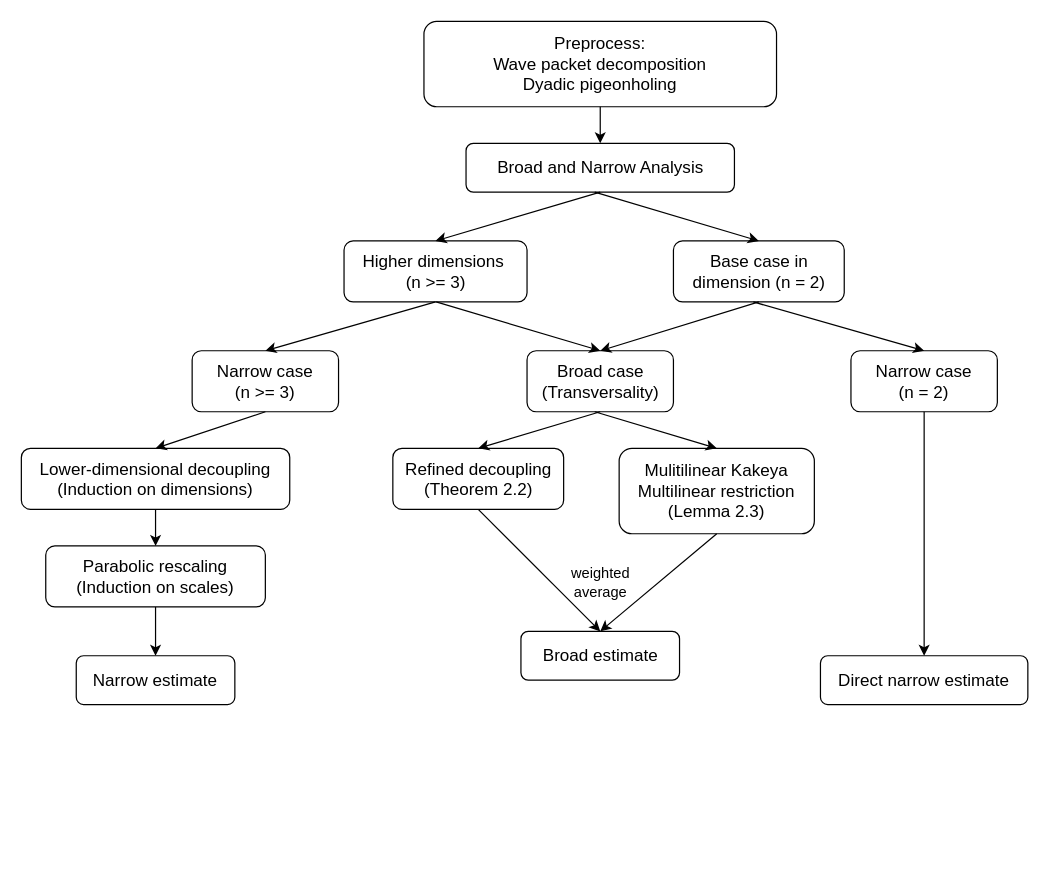
The draw.io diagram Untitled Diagram.drawio in lucid-sleepwalker/CPSC-210-Diagram, before the edit. Source tidied: cells renumbered, new cells numbered last; positions are measured from the earlier drawing's top-left corner, leaving out a move shared by most shapes. Both pictures are drawn from the tidied source at 122%, with x=0, y=0 at pixel (21, 21).
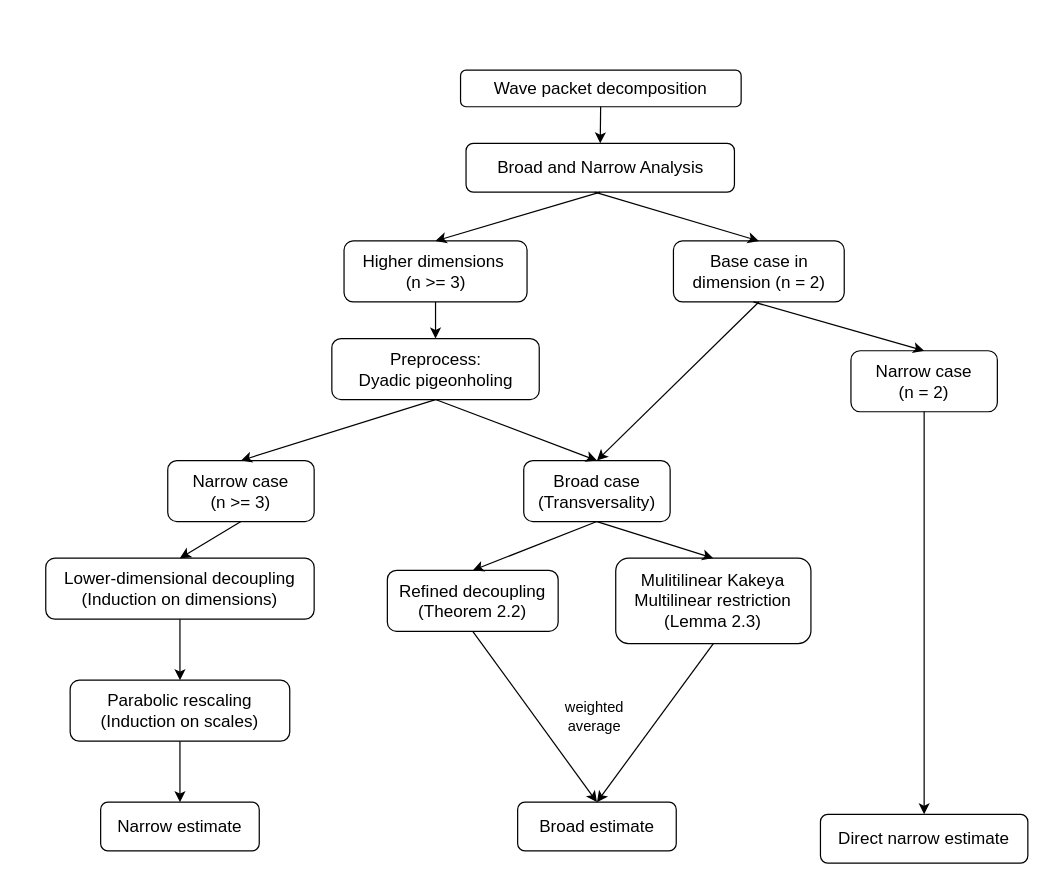
The same diagram, later.

The change refers to these unchanged cells:
```xml
<mxCell id="6" value="&lt;font style=&quot;font-size: 14px;&quot;&gt;Higher dimensions&amp;nbsp;&lt;/font&gt;&lt;div&gt;&lt;font style=&quot;font-size: 14px;&quot;&gt;(n &amp;gt;= 3)&lt;/font&gt;&lt;/div&gt;" style="rounded=1;whiteSpace=wrap;html=1;" parent="1" vertex="1">
  <mxGeometry x="264.5" y="180" width="150" height="50" as="geometry" />
</mxCell>
```

Change to the diagram source:
```diff
@@
-    <mxCell id="2" value="&lt;font style=&quot;font-size: 14px;&quot;&gt;Preprocess:&lt;/font&gt;&lt;div&gt;&lt;font style=&quot;font-size: 14px;&quot;&gt;Wave packet decomposition&lt;/font&gt;&lt;/div&gt;&lt;div&gt;&lt;font style=&quot;font-size: 14px;&quot;&gt;Dyadic pigeonholing&lt;/font&gt;&lt;/div&gt;" style="rounded=1;whiteSpace=wrap;html=1;" parent="1" vertex="1">
-      <mxGeometry x="330" width="289" height="70" as="geometry" />
+    <mxCell id="2" value="&lt;div&gt;&lt;font style=&quot;font-size: 14px;&quot;&gt;Wave packet decomposition&lt;/font&gt;&lt;/div&gt;" style="rounded=1;whiteSpace=wrap;html=1;" parent="1" vertex="1">
+      <mxGeometry x="360" y="40" width="230" height="30" as="geometry" />
     </mxCell>
@@
+    <mxCell id="32" style="edgeStyle=orthogonalEdgeStyle;rounded=0;jettySize=auto;html=1;exitX=0.5;exitY=1;exitDx=0;exitDy=0;entryX=0.5;entryY=0;entryDx=0;entryDy=0;" parent="1" edge="1" source="6" target="33">
+      <mxGeometry relative="1" as="geometry" />
+    </mxCell>
@@
     <mxCell id="7" value="&lt;font style=&quot;font-size: 14px;&quot;&gt;Broad case&lt;/font&gt;&lt;div&gt;&lt;font style=&quot;font-size: 14px;&quot;&gt;(Transversality)&lt;/font&gt;&lt;/div&gt;" style="rounded=1;whiteSpace=wrap;html=1;" parent="1" vertex="1">
-      <mxGeometry x="414.5" y="270" width="120" height="50" as="geometry" />
+      <mxGeometry x="411.8" y="360" width="120" height="50" as="geometry" />
     </mxCell>
     <mxCell id="8" value="&lt;font style=&quot;font-size: 14px;&quot;&gt;Narrow case&lt;/font&gt;&lt;div&gt;&lt;font style=&quot;font-size: 14px;&quot;&gt;(n &amp;gt;= 3)&lt;/font&gt;&lt;/div&gt;" style="rounded=1;whiteSpace=wrap;html=1;" parent="1" vertex="1">
-      <mxGeometry x="140" y="270" width="120" height="50" as="geometry" />
+      <mxGeometry x="120" y="360" width="120" height="50" as="geometry" />
     </mxCell>
@@
-    <mxCell id="12" style="endArrow=classic;html=1;rounded=0;entryX=0.5;entryY=0;entryDx=0;entryDy=0;" parent="1" edge="1" target="7">
-      <mxGeometry relative="1" as="geometry">
-        <mxPoint x="340" y="230" as="sourcePoint" />
-      </mxGeometry>
+    <mxCell id="12" style="endArrow=classic;html=1;rounded=0;entryX=0.5;entryY=0;entryDx=0;entryDy=0;exitX=0.5;exitY=1;exitDx=0;exitDy=0;" parent="1" edge="1" source="33" target="7">
+      <mxGeometry relative="1" as="geometry" />
     </mxCell>
@@
-    <mxCell id="14" style="endArrow=classic;html=1;rounded=0;exitX=0.5;exitY=1;exitDx=0;exitDy=0;entryX=0.5;entryY=0;entryDx=0;entryDy=0;" parent="1" edge="1" source="6" target="8">
+    <mxCell id="14" style="endArrow=classic;html=1;rounded=0;exitX=0.5;exitY=1;exitDx=0;exitDy=0;entryX=0.5;entryY=0;entryDx=0;entryDy=0;" parent="1" edge="1" source="33" target="8">
       <mxGeometry relative="1" as="geometry" />
     </mxCell>
@@
     <mxCell id="16" value="&lt;font style=&quot;font-size: 14px;&quot;&gt;Mulitilinear Kakeya&lt;/font&gt;&lt;div&gt;&lt;font style=&quot;font-size: 14px;&quot;&gt;Multilinear restriction&lt;/font&gt;&lt;/div&gt;&lt;div&gt;&lt;font style=&quot;font-size: 14px;&quot;&gt;(Lemma 2.3)&lt;/font&gt;&lt;/div&gt;" style="rounded=1;whiteSpace=wrap;html=1;" parent="1" vertex="1">
-      <mxGeometry x="490" y="350" width="160" height="70" as="geometry" />
+      <mxGeometry x="487.2" y="440" width="160" height="70" as="geometry" />
     </mxCell>
     <mxCell id="17" value="&lt;font style=&quot;font-size: 14px;&quot;&gt;Refined decoupling&lt;/font&gt;&lt;div&gt;&lt;font style=&quot;font-size: 14px;&quot;&gt;(Theorem 2.2)&lt;/font&gt;&lt;/div&gt;" style="rounded=1;whiteSpace=wrap;html=1;" parent="1" vertex="1">
-      <mxGeometry x="304.5" y="350" width="140" height="50" as="geometry" />
+      <mxGeometry x="300" y="450" width="140" height="50" as="geometry" />
     </mxCell>
     <mxCell id="18" value="&lt;font style=&quot;font-size: 14px;&quot;&gt;Lower-dimensional decoupling&lt;/font&gt;&lt;div&gt;&lt;font style=&quot;font-size: 14px;&quot;&gt;(Induction on dimensions)&lt;/font&gt;&lt;/div&gt;" style="rounded=1;whiteSpace=wrap;html=1;" parent="1" vertex="1">
-      <mxGeometry y="350" width="220" height="50" as="geometry" />
+      <mxGeometry x="20" y="440" width="220" height="50" as="geometry" />
     </mxCell>
     <mxCell id="19" value="&lt;font style=&quot;font-size: 14px;&quot;&gt;Parabolic rescaling&lt;/font&gt;&lt;div&gt;&lt;font style=&quot;font-size: 14px;&quot;&gt;(Induction on scales)&lt;/font&gt;&lt;/div&gt;" style="rounded=1;whiteSpace=wrap;html=1;" parent="1" vertex="1">
-      <mxGeometry x="20" y="430" width="180" height="50" as="geometry" />
+      <mxGeometry x="40" y="540" width="180" height="50" as="geometry" />
     </mxCell>
     <mxCell id="20" value="&lt;font style=&quot;font-size: 14px;&quot;&gt;Direct narrow estimate&lt;/font&gt;" style="rounded=1;whiteSpace=wrap;html=1;" parent="1" vertex="1">
-      <mxGeometry x="655" y="520" width="170" height="40" as="geometry" />
+      <mxGeometry x="655" y="650" width="170" height="40" as="geometry" />
     </mxCell>
@@
-    <mxCell id="24" style="endArrow=classic;html=1;rounded=0;entryX=0.5;entryY=0;entryDx=0;entryDy=0;" parent="1" edge="1" target="16">
-      <mxGeometry relative="1" as="geometry">
-        <mxPoint x="470" y="320" as="sourcePoint" />
-      </mxGeometry>
+    <mxCell id="24" style="endArrow=classic;html=1;rounded=0;entryX=0.5;entryY=0;entryDx=0;entryDy=0;exitX=0.5;exitY=1;exitDx=0;exitDy=0;" parent="1" edge="1" source="7" target="16">
+      <mxGeometry relative="1" as="geometry" />
     </mxCell>
     <mxCell id="25" value="&lt;font style=&quot;font-size: 14px;&quot;&gt;Broad estimate&lt;/font&gt;" style="rounded=1;whiteSpace=wrap;html=1;" parent="1" vertex="1">
-      <mxGeometry x="409.5" y="500" width="130" height="40" as="geometry" />
+      <mxGeometry x="406.8" y="640" width="130" height="40" as="geometry" />
     </mxCell>
@@
     <mxCell id="28" value="weighted average" style="text;html=1;whiteSpace=wrap;strokeColor=none;fillColor=none;align=center;verticalAlign=middle;rounded=0;" parent="1" vertex="1">
-      <mxGeometry x="444.5" y="440" width="60" height="40" as="geometry" />
+      <mxGeometry x="440" y="550" width="60" height="40" as="geometry" />
     </mxCell>
     <mxCell id="29" value="&lt;font style=&quot;font-size: 14px;&quot;&gt;Narrow estimate&lt;/font&gt;" style="rounded=1;whiteSpace=wrap;html=1;" parent="1" vertex="1">
-      <mxGeometry x="45" y="520" width="130" height="40" as="geometry" />
+      <mxGeometry x="65" y="640" width="130" height="40" as="geometry" />
     </mxCell>
@@
+    <mxCell id="33" value="&lt;span style=&quot;font-size: 14px;&quot;&gt;Preprocess:&lt;/span&gt;&lt;br&gt;&lt;div&gt;&lt;font style=&quot;font-size: 14px;&quot;&gt;Dyadic pigeonholing&lt;/font&gt;&lt;/div&gt;" style="rounded=1;whiteSpace=wrap;html=1;" parent="1" vertex="1">
+      <mxGeometry x="254.5" y="260" width="170" height="50" as="geometry" />
+    </mxCell>
```
